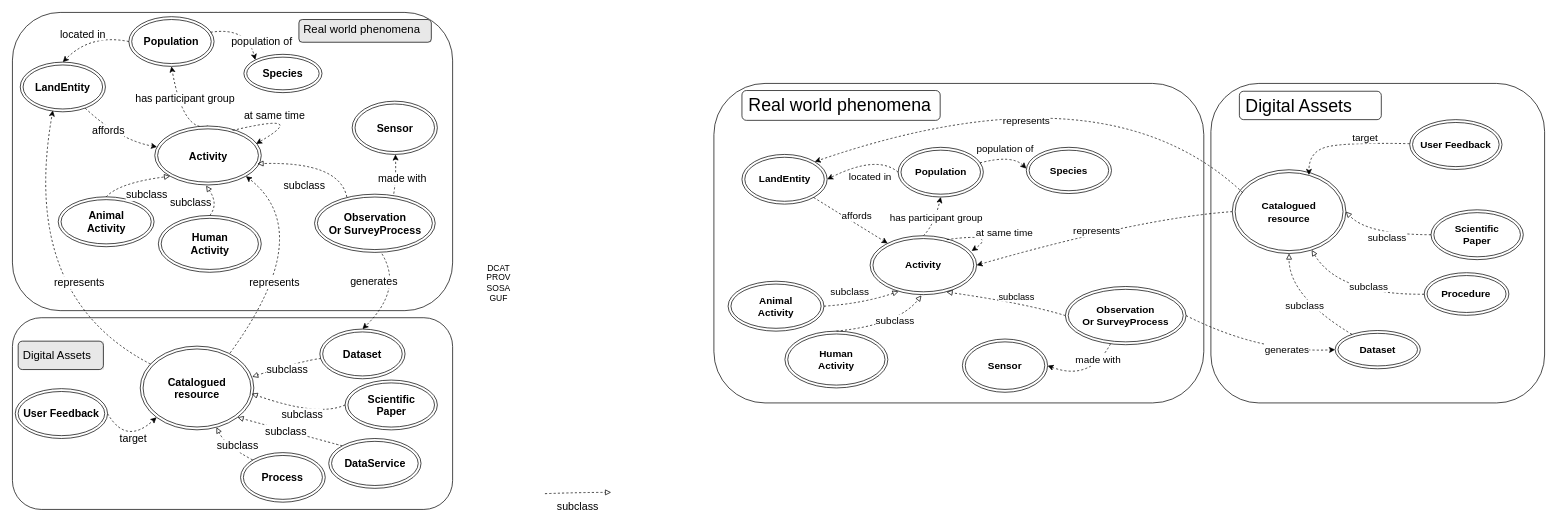
Earlier version of the draw.io diagram page "schemas article" (2 of 3) of docs/diagrams/model_KG.drawio (IntForOut/outdoorPressure). Source tidied: cells renumbered, new cells numbered last; positions are measured from the earlier drawing's top-left corner, leaving out a move shared by most shapes. Both pictures are drawn from the tidied source at 71%, with x=0, y=0 at pixel (12, 12).
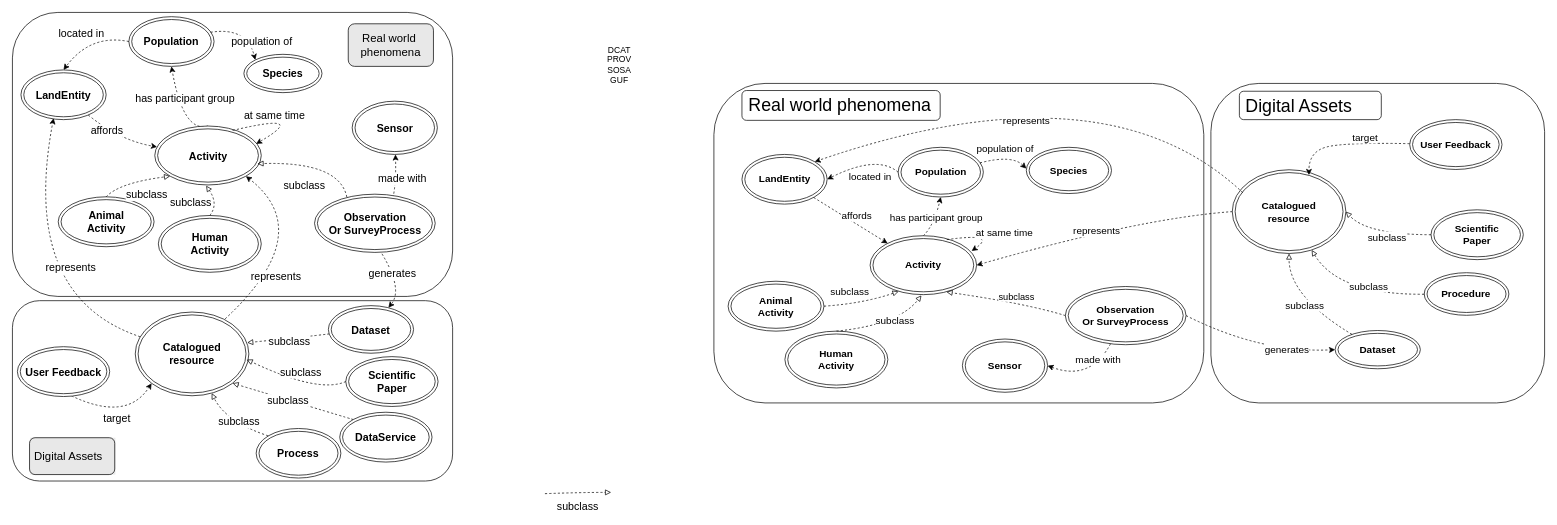
Above is the later version.

The change refers to these unchanged cells:
```xml
<mxCell id="59" style="edgeStyle=none;html=1;entryX=0.383;entryY=0.971;entryDx=0;entryDy=0;rounded=0;curved=1;dashed=1;entryPerimeter=0;fontSize=15;" parent="1" edge="1" source="63" target="71">
  <mxGeometry relative="1" as="geometry">
    <Array as="points">
      <mxPoint x="10.5" y="400" />
    </Array>
  </mxGeometry>
</mxCell>
<mxCell id="61" style="edgeStyle=none;html=1;exitX=0.791;exitY=0.082;exitDx=0;exitDy=0;entryX=1;entryY=1;entryDx=0;entryDy=0;rounded=0;curved=1;dashed=1;exitPerimeter=0;fontSize=15;" parent="1" edge="1" source="63" target="74">
  <mxGeometry relative="1" as="geometry">
    <Array as="points">
      <mxPoint x="430.5" y="310" />
    </Array>
  </mxGeometry>
</mxCell>
```

The edit, as a diff of the source:
```diff
@@
     <mxCell id="2" style="rounded=1;whiteSpace=wrap;html=1;fillColor=none;fontSize=15;" parent="1" vertex="1">
-      <mxGeometry y="430" width="620" height="270" as="geometry" />
+      <mxGeometry y="406" width="620" height="254" as="geometry" />
     </mxCell>
@@
     <mxCell id="47" value="&lt;div&gt;DCAT&lt;/div&gt;&lt;div&gt;PROV&lt;/div&gt;&lt;div&gt;&lt;span style=&quot;color: rgb(0, 0, 0);&quot;&gt;SOSA&lt;/span&gt;&lt;/div&gt;&lt;div&gt;&lt;span style=&quot;color: rgb(0, 0, 0);&quot;&gt;GUF&lt;/span&gt;&lt;/div&gt;" style="text;html=1;whiteSpace=wrap;strokeColor=none;fillColor=none;align=center;verticalAlign=middle;rounded=0;" parent="1" vertex="1">
-      <mxGeometry x="650" y="366" width="70.3" height="30" as="geometry" />
+      <mxGeometry x="820" y="59" width="70.3" height="30" as="geometry" />
     </mxCell>
@@
     <mxCell id="58" style="rounded=1;whiteSpace=wrap;html=1;fillColor=none;arcSize=16;fontSize=15;" parent="1" vertex="1">
-      <mxGeometry width="620" height="420" as="geometry" />
+      <mxGeometry width="620" height="400" as="geometry" />
     </mxCell>
@@
     <mxCell id="60" value="&lt;font style=&quot;color: rgb(0, 0, 0);&quot;&gt;represents&lt;/font&gt;" style="edgeLabel;html=1;align=center;verticalAlign=middle;fontSize=15;fontColor=#FF0000;" parent="59" vertex="1">
       <mxGeometry x="0.12" y="32" relative="1" as="geometry">
-        <mxPoint x="104" y="42" as="offset" />
+        <mxPoint x="91" y="28" as="offset" />
       </mxGeometry>
     </mxCell>
@@
     <mxCell id="62" value="&lt;font style=&quot;color: rgb(0, 0, 0);&quot;&gt;represents&lt;/font&gt;" style="edgeLabel;html=1;align=center;verticalAlign=middle;fontSize=15;fontColor=#FF0000;" parent="61" vertex="1">
       <mxGeometry x="0.3" y="13" relative="1" as="geometry">
-        <mxPoint x="-46" y="65" as="offset" />
+        <mxPoint x="-35" y="64" as="offset" />
       </mxGeometry>
     </mxCell>
     <mxCell id="63" value="&lt;b&gt;Catalogued &lt;br&gt;resource&lt;/b&gt;" style="ellipse;shape=doubleEllipse;whiteSpace=wrap;html=1;fontSize=15;fillColor=none;" parent="1" vertex="1">
-      <mxGeometry x="180" y="470" width="160" height="117.9" as="geometry" />
+      <mxGeometry x="173" y="422" width="160" height="117.9" as="geometry" />
     </mxCell>
     <mxCell id="64" value="&lt;b&gt;Scientific&lt;/b&gt;&lt;div&gt;&lt;b&gt;Paper&lt;/b&gt;&lt;/div&gt;" style="ellipse;shape=doubleEllipse;whiteSpace=wrap;html=1;fontSize=15;" parent="1" vertex="1">
-      <mxGeometry x="468.5" y="517.8" width="130" height="70.2" as="geometry" />
+      <mxGeometry x="469.5" y="484.8" width="130" height="70.2" as="geometry" />
     </mxCell>
@@
     <mxCell id="71" value="&lt;b&gt;LandEntity&lt;/b&gt;" style="ellipse;shape=doubleEllipse;whiteSpace=wrap;html=1;fontSize=15;" parent="1" vertex="1">
-      <mxGeometry x="11" y="70" width="120" height="70" as="geometry" />
+      <mxGeometry x="12" y="81" width="120" height="70" as="geometry" />
     </mxCell>
@@
     <mxCell id="76" style="edgeStyle=none;html=1;entryX=0.985;entryY=0.366;entryDx=0;entryDy=0;dashed=1;rounded=0;curved=1;endArrow=block;endFill=0;entryPerimeter=0;fontSize=15;" parent="1" edge="1" source="78" target="63">
       <mxGeometry relative="1" as="geometry">
         <Array as="points">
-          <mxPoint x="410.5" y="490" />
+          <mxPoint x="411.5" y="457" />
         </Array>
       </mxGeometry>
     </mxCell>
@@
     <mxCell id="78" value="&lt;b&gt;Dataset&lt;/b&gt;" style="ellipse;shape=doubleEllipse;whiteSpace=wrap;html=1;fontSize=15;fillColor=none;" parent="1" vertex="1">
-      <mxGeometry x="433" y="446" width="120" height="70" as="geometry" />
+      <mxGeometry x="445" y="413" width="120" height="67" as="geometry" />
     </mxCell>
@@
     <mxCell id="80" style="edgeStyle=none;html=1;rounded=0;curved=1;dashed=1;endArrow=block;endFill=0;fontSize=15;exitX=0;exitY=0;exitDx=0;exitDy=0;" parent="1" edge="1" source="82" target="63">
       <mxGeometry relative="1" as="geometry">
         <Array as="points">
-          <mxPoint x="300" y="610" />
+          <mxPoint x="301" y="577" />
         </Array>
       </mxGeometry>
     </mxCell>
@@
     <mxCell id="82" value="&lt;b&gt;&lt;span style=&quot;color: rgb(0, 0, 0);&quot;&gt;Process&lt;/span&gt;&lt;/b&gt;" style="ellipse;shape=doubleEllipse;whiteSpace=wrap;html=1;fontSize=15;fillColor=none;" parent="1" vertex="1">
-      <mxGeometry x="321.3" y="620" width="119.3" height="69.8" as="geometry" />
+      <mxGeometry x="343.3" y="586" width="119.3" height="69.8" as="geometry" />
     </mxCell>
@@
-    <mxCell id="90" style="edgeStyle=none;html=1;entryX=0;entryY=1;entryDx=0;entryDy=0;rounded=0;curved=1;dashed=1;exitX=1;exitY=0.5;exitDx=0;exitDy=0;fontSize=15;" parent="1" edge="1" source="110" target="63">
+    <mxCell id="90" style="edgeStyle=none;html=1;entryX=0;entryY=1;entryDx=0;entryDy=0;rounded=0;curved=1;dashed=1;exitX=0.585;exitY=0.986;exitDx=0;exitDy=0;fontSize=15;exitPerimeter=0;" parent="1" edge="1" source="110" target="63">
       <mxGeometry relative="1" as="geometry">
         <Array as="points">
-          <mxPoint x="160" y="610" />
+          <mxPoint x="161" y="577" />
         </Array>
       </mxGeometry>
     </mxCell>
     <mxCell id="91" value="&lt;font&gt;target&lt;/font&gt;" style="edgeLabel;html=1;align=center;verticalAlign=middle;fontSize=15;" parent="90" vertex="1">
       <mxGeometry x="-0.09" y="-7" relative="1" as="geometry">
-        <mxPoint x="17" y="-12" as="offset" />
+        <mxPoint x="4" y="-4" as="offset" />
       </mxGeometry>
     </mxCell>
     <mxCell id="92" style="edgeStyle=none;html=1;entryX=0.981;entryY=0.568;entryDx=0;entryDy=0;rounded=0;curved=1;dashed=1;endArrow=block;endFill=0;entryPerimeter=0;fontSize=15;exitX=0;exitY=0.5;exitDx=0;exitDy=0;" parent="1" edge="1" source="64" target="63">
       <mxGeometry relative="1" as="geometry">
         <Array as="points">
-          <mxPoint x="430.5" y="570" />
+          <mxPoint x="431.5" y="537" />
         </Array>
       </mxGeometry>
     </mxCell>
     <mxCell id="93" value="subclass" style="edgeLabel;html=1;align=center;verticalAlign=middle;fontSize=15;" parent="92" vertex="1">
-      <mxGeometry x="-0.08" y="3" relative="1" as="geometry" />
+      <mxGeometry x="-0.08" y="3" relative="1" as="geometry">
+        <mxPoint x="2" y="-22" as="offset" />
+      </mxGeometry>
     </mxCell>
     <mxCell id="94" style="group;fontSize=15;fillColor=#E8E8E8;" parent="1" vertex="1">
-      <mxGeometry x="9" y="463" width="120" height="40" as="geometry" />
+      <mxGeometry x="25" y="599" width="120" height="51.9" as="geometry" />
     </mxCell>
     <mxCell id="95" style="group;fontSize=15;" parent="94" vertex="1">
-      <mxGeometry x="-0.9" width="129.4" height="40" as="geometry" />
+      <mxGeometry x="-0.9" width="129.4" height="51.9" as="geometry" />
     </mxCell>
     <mxCell id="96" style="rounded=1;whiteSpace=wrap;html=1;fontSize=15;fillColor=#E8E8E8;" parent="95" vertex="1">
-      <mxGeometry width="120" height="40" as="geometry" />
+      <mxGeometry width="120" height="51.9" as="geometry" />
     </mxCell>
     <mxCell id="97" value="&lt;font style=&quot;font-size: 16px;&quot;&gt;Digital Assets&amp;nbsp;&lt;/font&gt;" style="text;html=1;whiteSpace=wrap;strokeColor=none;fillColor=none;align=left;verticalAlign=middle;rounded=0;fontSize=15;" parent="95" vertex="1">
-      <mxGeometry x="4.4" y="15" width="105.7" height="10" as="geometry" />
+      <mxGeometry x="4.4" y="19.5" width="105.7" height="13" as="geometry" />
     </mxCell>
-    <mxCell id="98" style="group;fontSize=15;fillColor=#E8E8E8;" parent="1" vertex="1">
-      <mxGeometry x="403.5" y="10" width="186.5" height="32" as="geometry" />
-    </mxCell>
-    <mxCell id="99" style="rounded=1;whiteSpace=wrap;html=1;fontSize=15;fillColor=#E8E8E8;" parent="98" vertex="1">
-      <mxGeometry width="186.5" height="32" as="geometry" />
-    </mxCell>
-    <mxCell id="100" value="&lt;font style=&quot;font-size: 16px;&quot;&gt;Real world phenomena&lt;/font&gt;" style="text;html=1;whiteSpace=wrap;strokeColor=none;fillColor=none;align=left;verticalAlign=middle;rounded=0;fontSize=15;" parent="98" vertex="1">
-      <mxGeometry x="4.4" y="10.3" width="182.2" height="8" as="geometry" />
-    </mxCell>
@@
-    <mxCell id="108" style="endArrow=classic;html=1;rounded=0;entryX=0.5;entryY=0;entryDx=0;entryDy=0;curved=1;dashed=1;fontSize=15;" parent="1" edge="1" target="78">
+    <mxCell id="108" style="endArrow=classic;html=1;rounded=0;curved=1;dashed=1;fontSize=15;" parent="1" edge="1" target="78">
       <mxGeometry relative="1" as="geometry">
         <mxPoint x="520.5" y="340" as="sourcePoint" />
         <Array as="points">
           <mxPoint x="550.5" y="390" />
         </Array>
       </mxGeometry>
     </mxCell>
     <mxCell id="109" value="&lt;font&gt;genera&lt;/font&gt;&lt;font&gt;tes&lt;/font&gt;" style="edgeLabel;html=1;align=center;verticalAlign=middle;fontSize=15;" parent="108" vertex="1">
       <mxGeometry x="0.38" y="4" relative="1" as="geometry">
-        <mxPoint x="-18" y="-41" as="offset" />
+        <mxPoint x="-16" y="-30" as="offset" />
       </mxGeometry>
     </mxCell>
     <mxCell id="110" value="&lt;b&gt;User Feedback&lt;/b&gt;" style="ellipse;shape=doubleEllipse;whiteSpace=wrap;html=1;fontSize=15;" parent="1" vertex="1">
-      <mxGeometry x="4" y="529.9" width="130" height="70.2" as="geometry" />
+      <mxGeometry x="7" y="470.8" width="130" height="70.2" as="geometry" />
     </mxCell>
@@
     <mxCell id="113" value="&lt;b&gt;DataService&lt;/b&gt;" style="ellipse;shape=doubleEllipse;whiteSpace=wrap;html=1;fontSize=15;" parent="1" vertex="1">
-      <mxGeometry x="445.5" y="600.1" width="130" height="70.2" as="geometry" />
+      <mxGeometry x="461" y="563.1" width="130" height="70.2" as="geometry" />
     </mxCell>
@@
+    <mxCell id="99" value="&lt;div&gt;&lt;font style=&quot;font-size: 16px;&quot;&gt;Real world&amp;nbsp;&lt;/font&gt;&lt;/div&gt;&lt;div&gt;&lt;font style=&quot;font-size: 16px;&quot;&gt;phenomena&lt;/font&gt;&lt;/div&gt;" style="rounded=1;whiteSpace=wrap;html=1;fontSize=15;fillColor=#E8E8E8;" parent="1" vertex="1">
+      <mxGeometry x="473" y="16" width="120" height="60" as="geometry" />
+    </mxCell>
```
